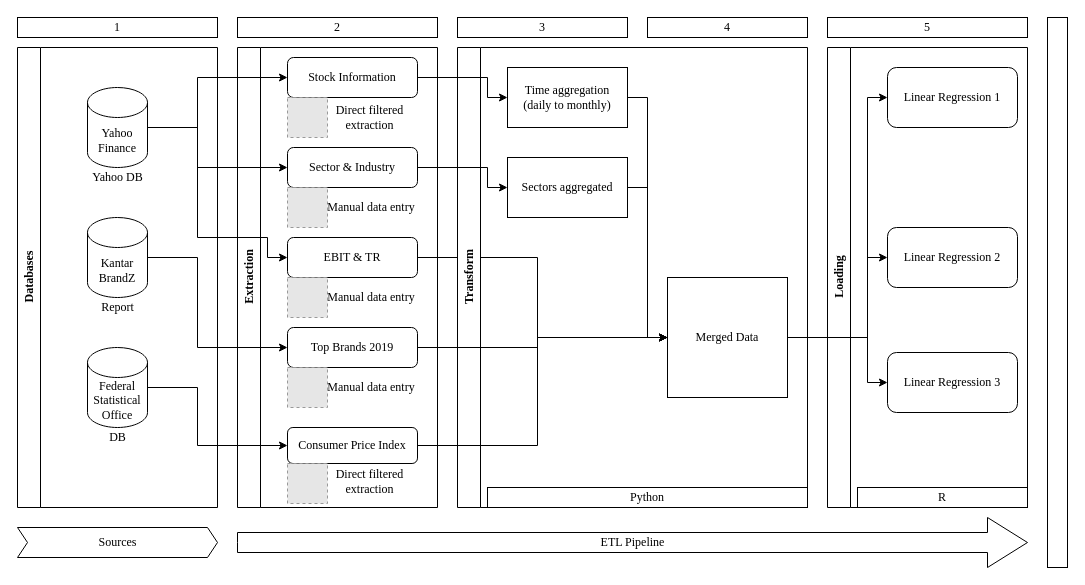
This is ETLPipeline.drawio from johannaschulz/EconometricAnalysis-BrandCrisisModeration-DAX30, a draw.io file, before an edit. Source tidied: cells renumbered, new cells numbered last; positions are measured from the earlier drawing's top-left corner, leaving out a move shared by most shapes. Both pictures are drawn from the tidied source at 100%, with x=0, y=0 at pixel (17, 17). Pictures stored in the file or linked from it are replaced by grey dashed boxes.
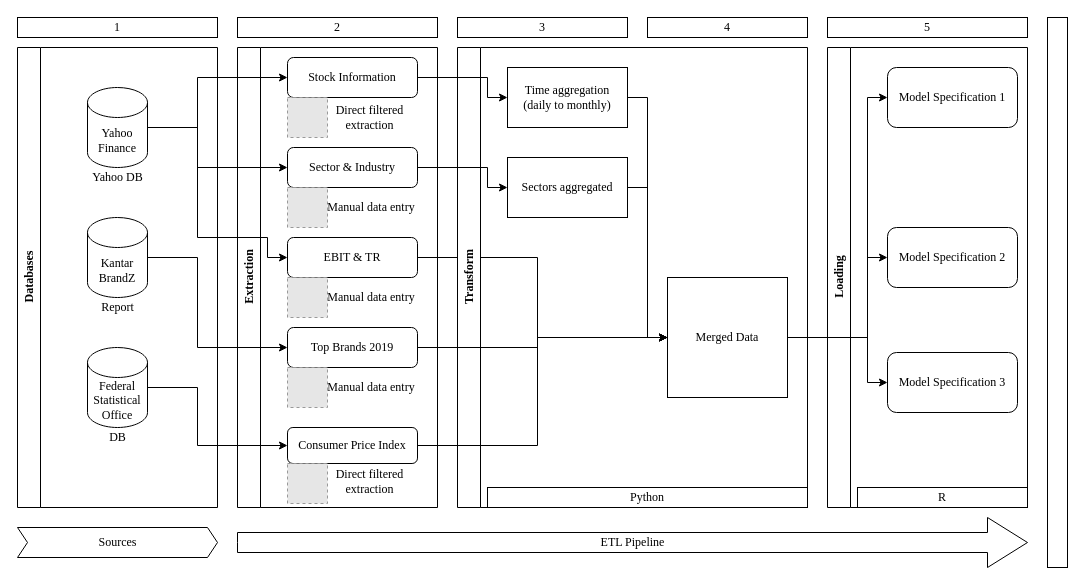
After the change.

The change refers to these unchanged cells:
```xml
<mxCell id="32" value="Loading" style="swimlane;horizontal=0;whiteSpace=wrap;html=1;fontFamily=Times New Roman;" parent="1" vertex="1">
  <mxGeometry x="810" y="30" width="200" height="460" as="geometry" />
</mxCell>
```

What changed in the source:
```diff
@@
-    <mxCell id="33" value="Linear Regression 1" style="rounded=1;whiteSpace=wrap;html=1;fontFamily=Times New Roman;" parent="32" vertex="1">
+    <mxCell id="33" value="Model Specification 1" style="rounded=1;whiteSpace=wrap;html=1;fontFamily=Times New Roman;" parent="32" vertex="1">
       <mxGeometry x="60" y="20" width="130" height="60" as="geometry" />
     </mxCell>
-    <mxCell id="34" value="Linear Regression 2" style="rounded=1;whiteSpace=wrap;html=1;fontFamily=Times New Roman;" parent="32" vertex="1">
+    <mxCell id="34" value="Model Specification 2" style="rounded=1;whiteSpace=wrap;html=1;fontFamily=Times New Roman;" parent="32" vertex="1">
       <mxGeometry x="60" y="180" width="130" height="60" as="geometry" />
     </mxCell>
-    <mxCell id="35" value="Linear Regression 3" style="rounded=1;whiteSpace=wrap;html=1;fontFamily=Times New Roman;" parent="32" vertex="1">
+    <mxCell id="35" value="Model Specification 3" style="rounded=1;whiteSpace=wrap;html=1;fontFamily=Times New Roman;" parent="32" vertex="1">
       <mxGeometry x="60" y="305" width="130" height="60" as="geometry" />
     </mxCell>
```
